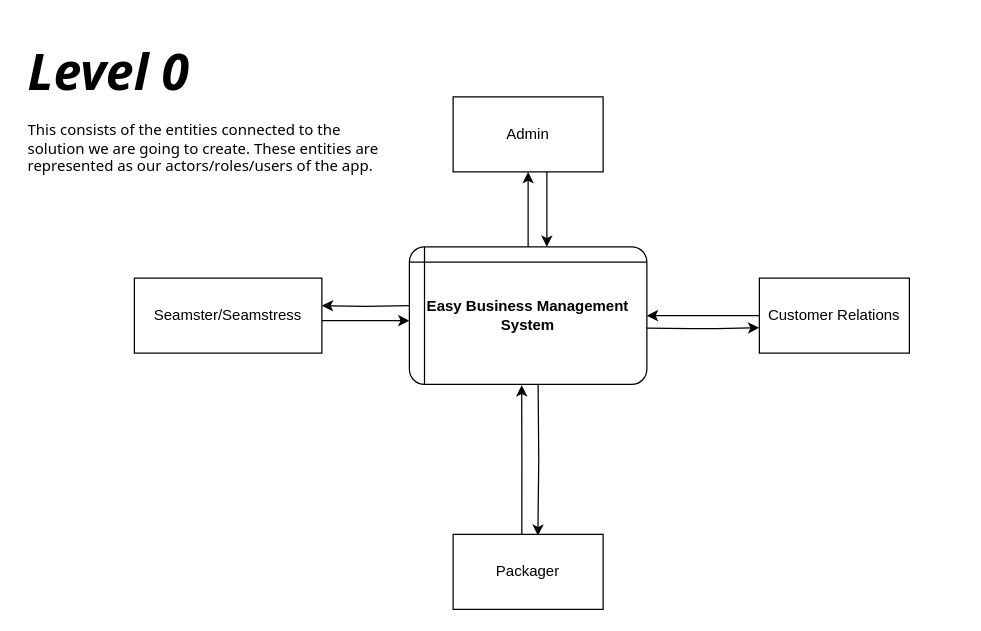
BryanFabellore/Team_SPOTLIGHT keeps this draw.io diagram as page "Level 0 DFD" (1 of 8) of DFD DIAGRAMS.drawio. Above is the earlier version. Source tidied: cells renumbered, new cells numbered last; positions are measured from the earlier drawing's top-left corner, leaving out a move shared by most shapes. Both pictures are drawn from the tidied source at 125%, with x=0, y=0 at pixel (21, 34).
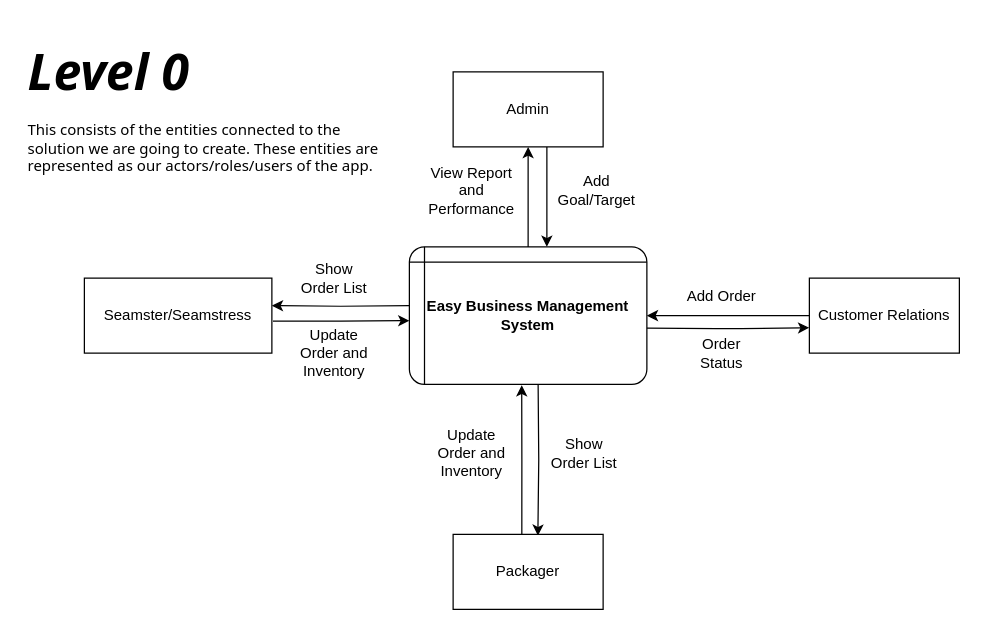
The same page after the edit.

The edit, as a diff of the source:
```diff
@@
     <mxCell id="7" value="Admin" style="rounded=0;whiteSpace=wrap;html=1;strokeColor=default;fontFamily=Helvetica;fontSize=12;fontColor=default;fillColor=#FFFFFF;" parent="1" vertex="1">
-      <mxGeometry x="345" y="50" width="120" height="60" as="geometry" />
+      <mxGeometry x="345" y="30" width="120" height="60" as="geometry" />
     </mxCell>
-    <mxCell id="8" style="edgeStyle=orthogonalEdgeStyle;rounded=0;orthogonalLoop=1;jettySize=auto;html=1;entryX=0;entryY=0.5;entryDx=0;entryDy=0;" parent="1" edge="1">
+    <mxCell id="8" style="edgeStyle=orthogonalEdgeStyle;rounded=0;jettySize=auto;html=1;entryX=0;entryY=0.5;entryDx=0;entryDy=0;exitX=1.006;exitY=0.573;exitDx=0;exitDy=0;exitPerimeter=0;" parent="1" edge="1" source="9">
       <mxGeometry relative="1" as="geometry">
-        <mxPoint x="240" y="229" as="sourcePoint" />
         <mxPoint x="310" y="229" as="targetPoint" />
       </mxGeometry>
     </mxCell>
     <mxCell id="9" value="Seamster/Seamstress" style="rounded=0;whiteSpace=wrap;html=1;strokeColor=default;fontFamily=Helvetica;fontSize=12;fontColor=default;fillColor=#FFFFFF;" parent="1" vertex="1">
-      <mxGeometry x="90" y="195" width="150" height="60" as="geometry" />
+      <mxGeometry x="50" y="195" width="150" height="60" as="geometry" />
     </mxCell>
@@
     <mxCell id="11" value="Customer Relations" style="rounded=0;whiteSpace=wrap;html=1;strokeColor=default;fontFamily=Helvetica;fontSize=12;fontColor=default;fillColor=#FFFFFF;" parent="1" vertex="1">
-      <mxGeometry x="590" y="195" width="120" height="60" as="geometry" />
+      <mxGeometry x="630" y="195" width="120" height="60" as="geometry" />
     </mxCell>
@@
+    <mxCell id="16" value="Add Order" style="text;html=1;strokeColor=none;fillColor=none;align=center;verticalAlign=middle;whiteSpace=wrap;rounded=0;" parent="1" vertex="1">
+      <mxGeometry x="530" y="195" width="60" height="30" as="geometry" />
+    </mxCell>
+    <mxCell id="17" value="Order Status" style="text;html=1;strokeColor=none;fillColor=none;align=center;verticalAlign=middle;whiteSpace=wrap;rounded=0;" parent="1" vertex="1">
+      <mxGeometry x="530" y="240" width="60" height="30" as="geometry" />
+    </mxCell>
+    <mxCell id="18" value="Add Goal/Target" style="text;html=1;strokeColor=none;fillColor=none;align=center;verticalAlign=middle;whiteSpace=wrap;rounded=0;" parent="1" vertex="1">
+      <mxGeometry x="430" y="110" width="60" height="30" as="geometry" />
+    </mxCell>
+    <mxCell id="19" value="View Report and Performance" style="text;html=1;strokeColor=none;fillColor=none;align=center;verticalAlign=middle;whiteSpace=wrap;rounded=0;" parent="1" vertex="1">
+      <mxGeometry x="330" y="110" width="60" height="30" as="geometry" />
+    </mxCell>
+    <mxCell id="20" value="Show Order List" style="text;html=1;strokeColor=none;fillColor=none;align=center;verticalAlign=middle;whiteSpace=wrap;rounded=0;" parent="1" vertex="1">
+      <mxGeometry x="420" y="320" width="60" height="30" as="geometry" />
+    </mxCell>
+    <mxCell id="21" value="Update Order and Inventory" style="text;html=1;strokeColor=none;fillColor=none;align=center;verticalAlign=middle;whiteSpace=wrap;rounded=0;" parent="1" vertex="1">
+      <mxGeometry x="330" y="320" width="60" height="30" as="geometry" />
+    </mxCell>
+    <mxCell id="22" value="Update Order and Inventory" style="text;html=1;strokeColor=none;fillColor=none;align=center;verticalAlign=middle;whiteSpace=wrap;rounded=0;" parent="1" vertex="1">
+      <mxGeometry x="220" y="240" width="60" height="30" as="geometry" />
+    </mxCell>
+    <mxCell id="23" value="Show Order List" style="text;html=1;strokeColor=none;fillColor=none;align=center;verticalAlign=middle;whiteSpace=wrap;rounded=0;" parent="1" vertex="1">
+      <mxGeometry x="220" y="180" width="60" height="30" as="geometry" />
+    </mxCell>
```
